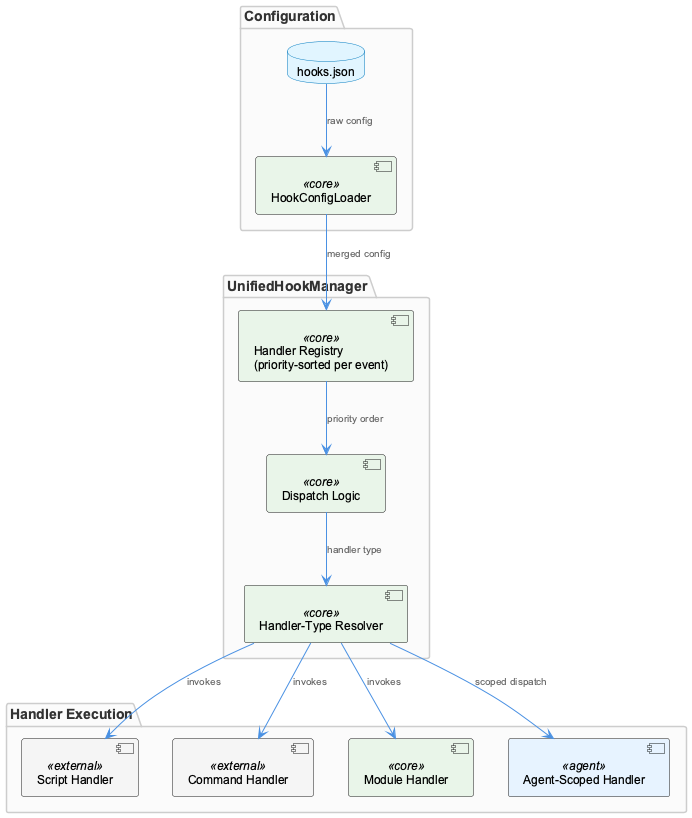
The PlantUML diagram knowledge-management/insights/images/unified-hook-manager-architecture.png in fwornle/coding, before a commit. Source of this version:
```plantuml
@startuml
!include /Users/Q284340/Agentic/coding/docs/puml/_standard-style.puml

package "Configuration" {
  component "HookConfigLoader" as loader <<core>>
  database "hooks.json" as hooksjson
}

package "UnifiedHookManager" {
  component "Handler Registry\n(priority-sorted per event)" as registry <<core>>
  component "Dispatch Logic" as dispatch <<core>>
  component "Handler-Type Resolver" as resolver <<core>>
}

package "Handler Execution" {
  component "Script Handler" as script <<external>>
  component "Command Handler" as command <<external>>
  component "Module Handler" as module <<core>>
  component "Agent-Scoped Handler" as agent <<agent>>
}

hooksjson --> loader : "raw config"
loader --> registry : "merged config"
registry --> dispatch : "priority order"
dispatch --> resolver : "handler type"
resolver --> script : "invokes"
resolver --> command : "invokes"
resolver --> module : "invokes"
resolver --> agent : "scoped dispatch"

@enduml
```
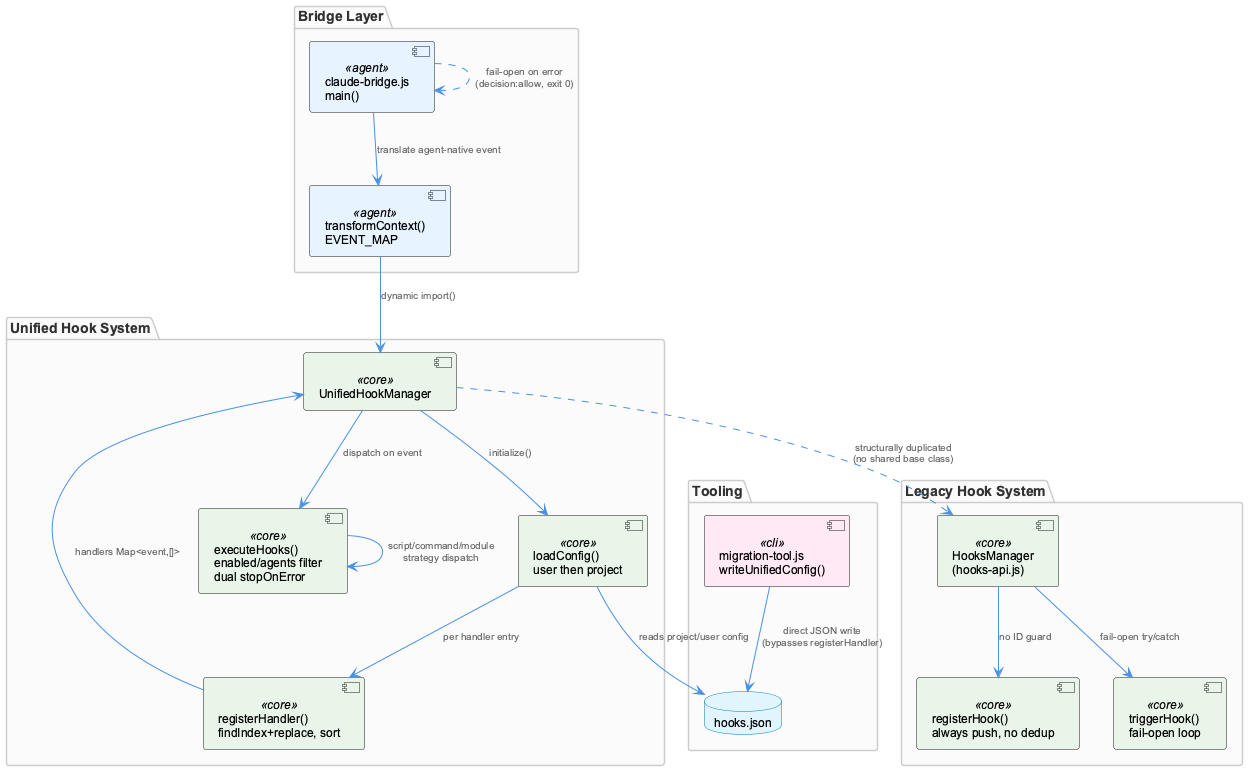
The same diagram one commit later.

The edit, as a diff of the source:
```diff
@@ -1,31 +1,45 @@
 @startuml
 !include /Users/Q284340/Agentic/coding/docs/puml/_standard-style.puml
 
-package "Configuration" {
-  component "HookConfigLoader" as loader <<core>>
+package "Bridge Layer" {
+  component "claude-bridge.js\nmain()" as bridge <<agent>>
+  component "transformContext()\nEVENT_MAP" as transform <<agent>>
+}
+
+package "Unified Hook System" {
+  component "UnifiedHookManager" as uhm <<core>>
+  component "registerHandler()\nfindIndex+replace, sort" as register <<core>>
+  component "loadConfig()\nuser then project" as loadcfg <<core>>
+  component "executeHooks()\nenabled/agents filter\ndual stopOnError" as execute <<core>>
+}
+
+package "Legacy Hook System" {
+  component "HooksManager\n(hooks-api.js)" as hooksapi <<core>>
+  component "registerHook()\nalways push, no dedup" as regnodup <<core>>
+  component "triggerHook()\nfail-open loop" as trigger <<core>>
+}
+
+package "Tooling" {
+  component "migration-tool.js\nwriteUnifiedConfig()" as migrate <<cli>>
   database "hooks.json" as hooksjson
 }
 
-package "UnifiedHookManager" {
-  component "Handler Registry\n(priority-sorted per event)" as registry <<core>>
-  component "Dispatch Logic" as dispatch <<core>>
-  component "Handler-Type Resolver" as resolver <<core>>
-}
+bridge --> transform : "translate agent-native event"
+transform --> uhm : "dynamic import()"
+bridge ..> bridge : "fail-open on error\n(decision:allow, exit 0)"
 
-package "Handler Execution" {
-  component "Script Handler" as script <<external>>
-  component "Command Handler" as command <<external>>
-  component "Module Handler" as module <<core>>
-  component "Agent-Scoped Handler" as agent <<agent>>
-}
+uhm --> loadcfg : "initialize()"
+loadcfg --> register : "per handler entry"
+register --> uhm : "handlers Map<event,[]>"
+uhm --> execute : "dispatch on event"
+execute --> execute : "script/command/module\nstrategy dispatch"
 
-hooksjson --> loader : "raw config"
-loader --> registry : "merged config"
-registry --> dispatch : "priority order"
-dispatch --> resolver : "handler type"
-resolver --> script : "invokes"
-resolver --> command : "invokes"
-resolver --> module : "invokes"
-resolver --> agent : "scoped dispatch"
+hooksapi --> regnodup : "no ID guard"
+hooksapi --> trigger : "fail-open try/catch"
+
+migrate --> hooksjson : "direct JSON write\n(bypasses registerHandler)"
+loadcfg --> hooksjson : "reads project/user config"
+
+uhm ..> hooksapi : "structurally duplicated\n(no shared base class)"
 
 @enduml
```
